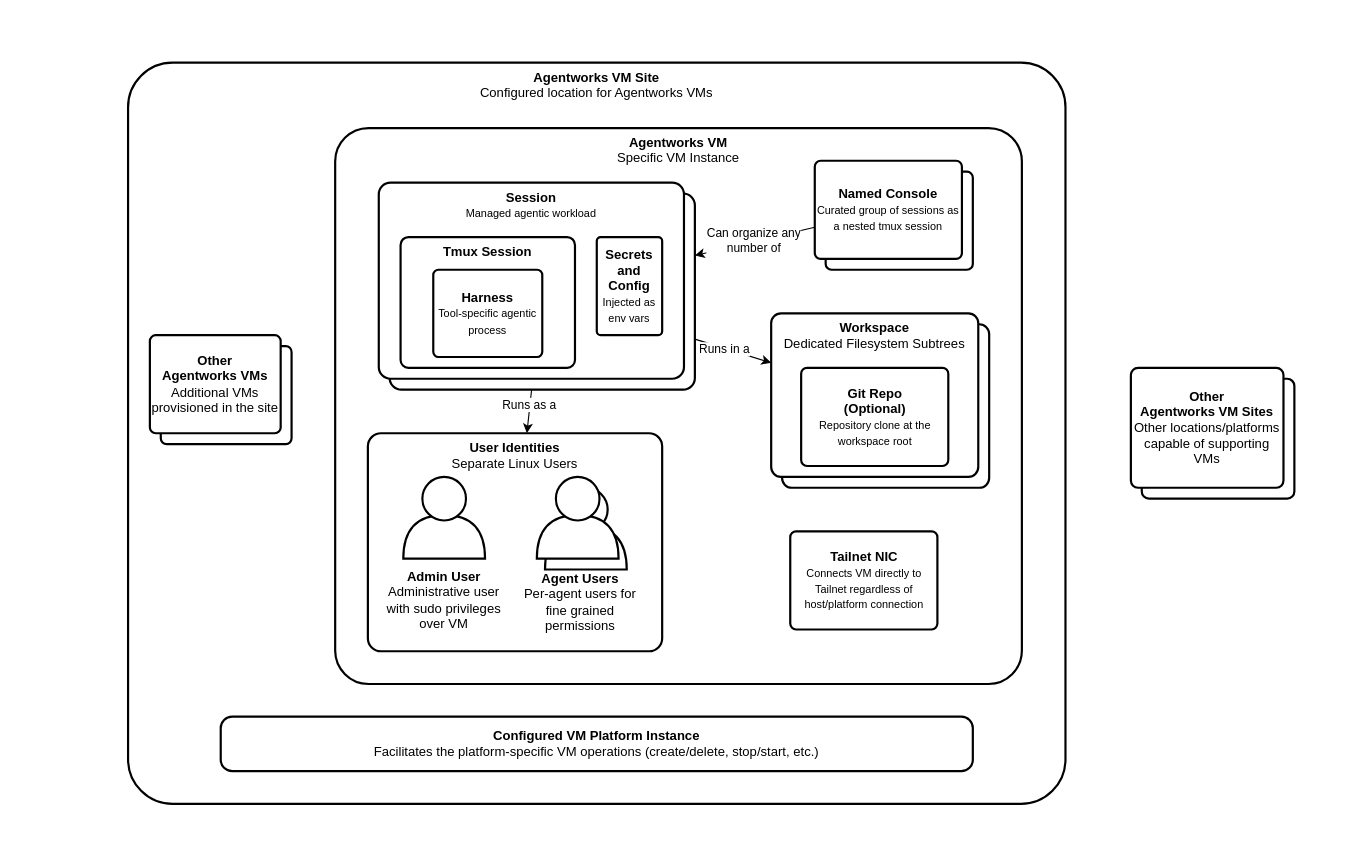
WayfarerLabs/agentworks keeps this draw.io diagram as page "VM Internals" (2 of 2) of docs/images/agw-diagrams.drawio. Above is the earlier version. Source tidied: cells renumbered, new cells numbered last; positions are measured from the earlier drawing's top-left corner, leaving out a move shared by most shapes. Both pictures are drawn from the tidied source at 109%, with x=0, y=0 at pixel (84, 19).
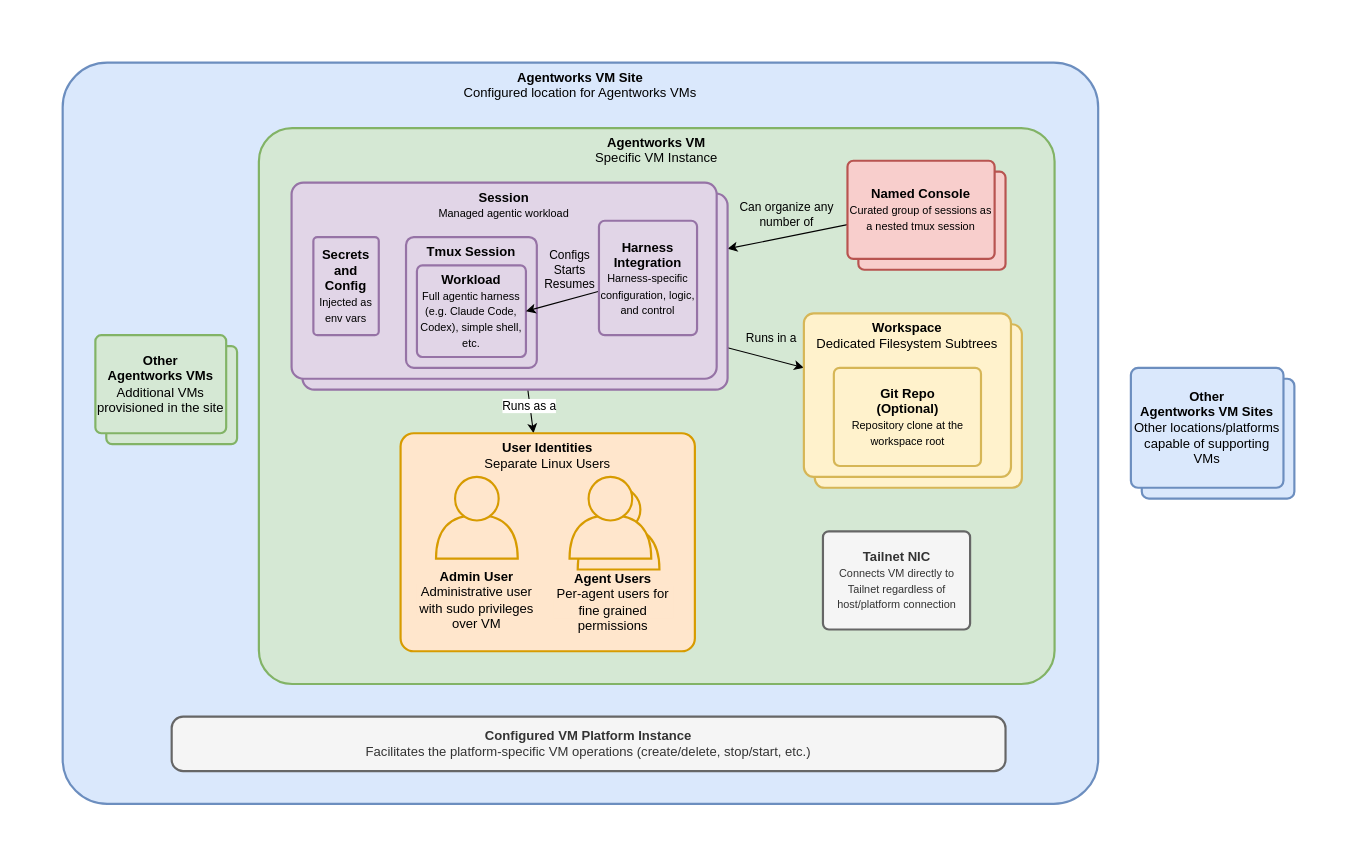
After the change.

Commit message (it also covers changes not shown here):
docs: clarify harness integration architecture

The change refers to these unchanged cells:
```xml
<mxCell id="10" style="edgeStyle=none;rounded=0;jettySize=auto;html=1;" parent="1" edge="1" source="31" target="38">
  <mxGeometry relative="1" as="geometry" />
</mxCell>
<mxCell id="13" style="rounded=0;jettySize=auto;html=1;" parent="1" edge="1" source="15" target="31">
  <mxGeometry relative="1" as="geometry" />
</mxCell>
```

Diff of the diagram source:
```diff
@@
     <mxCell id="2" style="rounded=1;whiteSpace=wrap;html=1;strokeColor=none;arcSize=6;" parent="1" vertex="1">
-      <mxGeometry width="1150" height="760" as="geometry" />
+      <mxGeometry x="-60" width="1210" height="760" as="geometry" />
     </mxCell>
-    <mxCell id="3" value="&lt;b&gt;Agentworks VM Site&lt;/b&gt;&lt;div&gt;Configured location for Agentworks VMs&lt;/div&gt;" style="rounded=1;whiteSpace=wrap;html=1;strokeWidth=2;align=center;verticalAlign=top;arcSize=6;" parent="1" vertex="1">
-      <mxGeometry x="40" y="40" width="860" height="680" as="geometry" />
+    <mxCell id="3" value="&lt;b&gt;Agentworks VM Site&lt;/b&gt;&lt;div&gt;Configured location for Agentworks VMs&lt;/div&gt;" style="rounded=1;whiteSpace=wrap;html=1;strokeWidth=2;align=center;verticalAlign=top;arcSize=6;fillColor=#dae8fc;strokeColor=#6c8ebf;" parent="1" vertex="1">
+      <mxGeometry x="-20" y="40" width="950" height="680" as="geometry" />
     </mxCell>
-    <mxCell id="4" value="&lt;b&gt;Agentworks VM&lt;/b&gt;&lt;div&gt;Specific VM Instance&lt;/div&gt;" style="rounded=1;whiteSpace=wrap;html=1;strokeWidth=2;align=center;verticalAlign=top;arcSize=6;" parent="1" vertex="1">
-      <mxGeometry x="230" y="100" width="630" height="510" as="geometry" />
+    <mxCell id="4" value="&lt;b&gt;Agentworks VM&lt;/b&gt;&lt;div&gt;Specific VM Instance&lt;/div&gt;" style="rounded=1;whiteSpace=wrap;html=1;strokeWidth=2;align=center;verticalAlign=top;arcSize=6;fillColor=#d5e8d4;strokeColor=#82b366;" parent="1" vertex="1">
+      <mxGeometry x="160" y="100" width="730" height="510" as="geometry" />
     </mxCell>
-    <mxCell id="5" style="rounded=1;whiteSpace=wrap;html=1;strokeWidth=2;align=center;verticalAlign=middle;arcSize=6;" parent="1" vertex="1">
+    <mxCell id="5" style="rounded=1;whiteSpace=wrap;html=1;strokeWidth=2;align=center;verticalAlign=middle;arcSize=6;fillColor=#dae8fc;strokeColor=#6c8ebf;" parent="1" vertex="1">
       <mxGeometry x="970" y="330" width="140" height="110" as="geometry" />
     </mxCell>
-    <mxCell id="6" style="rounded=1;whiteSpace=wrap;html=1;strokeWidth=2;align=center;verticalAlign=middle;arcSize=6;" parent="1" vertex="1">
-      <mxGeometry x="70" y="300" width="120" height="90" as="geometry" />
+    <mxCell id="6" style="rounded=1;whiteSpace=wrap;html=1;strokeWidth=2;align=center;verticalAlign=middle;arcSize=6;fillColor=#d5e8d4;strokeColor=#82b366;" parent="1" vertex="1">
+      <mxGeometry x="20" y="300" width="120" height="90" as="geometry" />
     </mxCell>
-    <mxCell id="7" style="rounded=1;whiteSpace=wrap;html=1;strokeWidth=2;align=center;verticalAlign=middle;arcSize=6;" parent="1" vertex="1">
-      <mxGeometry x="680" y="140" width="135" height="90" as="geometry" />
+    <mxCell id="7" style="rounded=1;whiteSpace=wrap;html=1;strokeWidth=2;align=center;verticalAlign=middle;arcSize=6;fillColor=#f8cecc;strokeColor=#b85450;" parent="1" vertex="1">
+      <mxGeometry x="710" y="140" width="135" height="90" as="geometry" />
     </mxCell>
@@
-    <mxCell id="11" value="Runs in a" style="edgeLabel;html=1;align=center;verticalAlign=middle;" parent="10" vertex="1">
-      <mxGeometry x="-0.23" y="-1" relative="1" as="geometry" />
+    <mxCell id="11" value="Runs in a" style="edgeLabel;html=1;align=center;verticalAlign=top;labelBackgroundColor=none;" parent="10" vertex="1">
+      <mxGeometry x="-0.23" y="-1" relative="1" as="geometry">
+        <mxPoint x="13" y="-30" as="offset" />
+      </mxGeometry>
     </mxCell>
-    <mxCell id="12" value="&lt;div&gt;&lt;b&gt;User Identities&lt;/b&gt;&lt;/div&gt;&lt;div&gt;Separate Linux Users&lt;/div&gt;" style="rounded=1;whiteSpace=wrap;html=1;strokeWidth=2;align=center;verticalAlign=top;arcSize=6;" parent="1" vertex="1">
-      <mxGeometry x="260" y="380" width="270" height="200" as="geometry" />
+    <mxCell id="12" value="&lt;div&gt;&lt;b&gt;User Identities&lt;/b&gt;&lt;/div&gt;&lt;div&gt;Separate Linux Users&lt;/div&gt;" style="rounded=1;whiteSpace=wrap;html=1;strokeWidth=2;align=center;verticalAlign=top;arcSize=6;fillColor=#ffe6cc;strokeColor=#d79b00;" parent="1" vertex="1">
+      <mxGeometry x="290" y="380" width="270" height="200" as="geometry" />
     </mxCell>
@@
-    <mxCell id="14" value="Can organize any&lt;div&gt;number of&lt;/div&gt;" style="edgeLabel;html=1;align=center;verticalAlign=middle;" parent="13" vertex="1">
-      <mxGeometry x="0.02" y="-2" relative="1" as="geometry" />
+    <mxCell id="14" value="Can organize any&lt;div&gt;number of&lt;/div&gt;" style="edgeLabel;html=1;align=center;verticalAlign=top;labelBackgroundColor=none;" parent="13" vertex="1">
+      <mxGeometry x="0.02" y="-2" relative="1" as="geometry">
+        <mxPoint y="-38" as="offset" />
+      </mxGeometry>
     </mxCell>
-    <mxCell id="15" value="&lt;div&gt;&lt;b&gt;Named Console&lt;/b&gt;&lt;/div&gt;&lt;div&gt;&lt;font style=&quot;font-size: 10px;&quot;&gt;Curated group of sessions as a nested tmux session&lt;/font&gt;&lt;/div&gt;" style="rounded=1;whiteSpace=wrap;html=1;strokeWidth=2;align=center;verticalAlign=middle;arcSize=6;" parent="1" vertex="1">
-      <mxGeometry x="670" y="130" width="135" height="90" as="geometry" />
+    <mxCell id="15" value="&lt;div&gt;&lt;b&gt;Named Console&lt;/b&gt;&lt;/div&gt;&lt;div&gt;&lt;font style=&quot;font-size: 10px;&quot;&gt;Curated group of sessions as a nested tmux session&lt;/font&gt;&lt;/div&gt;" style="rounded=1;whiteSpace=wrap;html=1;strokeWidth=2;align=center;verticalAlign=middle;arcSize=6;fillColor=#f8cecc;strokeColor=#b85450;" parent="1" vertex="1">
+      <mxGeometry x="700" y="130" width="135" height="90" as="geometry" />
     </mxCell>
-    <mxCell id="16" value="&lt;div&gt;&lt;b&gt;Tailnet NIC&lt;/b&gt;&lt;/div&gt;&lt;div&gt;&lt;font style=&quot;font-size: 10px;&quot;&gt;Connects VM directly to Tailnet regardless of host/platform connection&lt;/font&gt;&lt;/div&gt;" style="rounded=1;whiteSpace=wrap;html=1;strokeWidth=2;align=center;verticalAlign=middle;arcSize=6;" parent="1" vertex="1">
-      <mxGeometry x="647.5" y="470" width="135" height="90" as="geometry" />
+    <mxCell id="16" value="&lt;div&gt;&lt;b&gt;Tailnet NIC&lt;/b&gt;&lt;/div&gt;&lt;div&gt;&lt;font style=&quot;font-size: 10px;&quot;&gt;Connects VM directly to Tailnet regardless of host/platform connection&lt;/font&gt;&lt;/div&gt;" style="rounded=1;whiteSpace=wrap;html=1;strokeWidth=2;align=center;verticalAlign=middle;arcSize=6;fillColor=#f5f5f5;fontColor=#333333;strokeColor=#666666;" parent="1" vertex="1">
+      <mxGeometry x="677.5" y="470" width="135" height="90" as="geometry" />
     </mxCell>
-    <mxCell id="17" style="group;" parent="1" vertex="1">
-      <mxGeometry x="440" y="430" width="40" height="92.5" as="geometry" />
-    </mxCell>
-    <mxCell id="18" style="shape=or;whiteSpace=wrap;html=1;rotation=-90;strokeWidth=2;" parent="17" vertex="1">
-      <mxGeometry y="17.5" width="40" height="75" as="geometry" />
-    </mxCell>
-    <mxCell id="19" style="ellipse;whiteSpace=wrap;html=1;strokeWidth=2;" parent="17" vertex="1">
-      <mxGeometry width="40" height="40" as="geometry" />
-    </mxCell>
-    <mxCell id="20" style="group;" parent="17" vertex="1">
-      <mxGeometry x="-7.5" y="-10" width="40" height="92.5" as="geometry" />
-    </mxCell>
-    <mxCell id="21" style="shape=or;whiteSpace=wrap;html=1;rotation=-90;strokeWidth=2;" parent="20" vertex="1">
-      <mxGeometry y="17.5" width="40" height="75" as="geometry" />
-    </mxCell>
-    <mxCell id="22" style="ellipse;whiteSpace=wrap;html=1;strokeWidth=2;" parent="20" vertex="1">
-      <mxGeometry width="40" height="40" as="geometry" />
-    </mxCell>
-    <mxCell id="23" style="group;" parent="1" vertex="1">
-      <mxGeometry x="310" y="420" width="40" height="92.5" as="geometry" />
-    </mxCell>
-    <mxCell id="24" style="shape=or;whiteSpace=wrap;html=1;rotation=-90;strokeWidth=2;" parent="23" vertex="1">
-      <mxGeometry y="17.5" width="40" height="75" as="geometry" />
-    </mxCell>
-    <mxCell id="25" style="ellipse;whiteSpace=wrap;html=1;strokeWidth=2;" parent="23" vertex="1">
-      <mxGeometry width="40" height="40" as="geometry" />
-    </mxCell>
-    <mxCell id="26" value="&lt;b&gt;Admin User&lt;/b&gt;&lt;div&gt;Administrative user with sudo privileges over VM&lt;/div&gt;" style="text;html=1;whiteSpace=wrap;strokeColor=none;fillColor=none;align=center;verticalAlign=middle;rounded=0;" parent="1" vertex="1">
-      <mxGeometry x="275" y="518" width="110" height="30" as="geometry" />
+    <mxCell id="26" value="&lt;b&gt;Admin User&lt;/b&gt;&lt;div&gt;Administrative user with sudo privileges over VM&lt;/div&gt;" style="text;html=1;whiteSpace=wrap;strokeColor=none;fillColor=#ffe6cc;align=center;verticalAlign=middle;rounded=0;" parent="1" vertex="1">
+      <mxGeometry x="305" y="518" width="110" height="30" as="geometry" />
     </mxCell>
-    <mxCell id="27" value="&lt;b&gt;Agent Users&lt;/b&gt;&lt;div&gt;Per-agent users for fine grained permissions&lt;/div&gt;" style="text;html=1;whiteSpace=wrap;strokeColor=none;fillColor=none;align=center;verticalAlign=middle;rounded=0;" parent="1" vertex="1">
-      <mxGeometry x="400" y="520" width="110" height="30" as="geometry" />
+    <mxCell id="27" value="&lt;b&gt;Agent Users&lt;/b&gt;&lt;div&gt;Per-agent users for fine grained permissions&lt;/div&gt;" style="text;html=1;whiteSpace=wrap;strokeColor=none;fillColor=#ffe6cc;align=center;verticalAlign=middle;rounded=0;" parent="1" vertex="1">
+      <mxGeometry x="430" y="520" width="110" height="30" as="geometry" />
     </mxCell>
-    <mxCell id="28" value="&lt;b&gt;Other&lt;/b&gt;&lt;div&gt;&lt;b&gt;Agentworks VMs&lt;/b&gt;&lt;/div&gt;&lt;div&gt;Additional VMs provisioned in the site&lt;/div&gt;" style="rounded=1;whiteSpace=wrap;html=1;strokeWidth=2;align=center;verticalAlign=middle;arcSize=6;" parent="1" vertex="1">
-      <mxGeometry x="60" y="290" width="120" height="90" as="geometry" />
+    <mxCell id="28" value="&lt;b&gt;Other&lt;/b&gt;&lt;div&gt;&lt;b&gt;Agentworks VMs&lt;/b&gt;&lt;/div&gt;&lt;div&gt;Additional VMs provisioned in the site&lt;/div&gt;" style="rounded=1;whiteSpace=wrap;html=1;strokeWidth=2;align=center;verticalAlign=middle;arcSize=6;fillColor=#d5e8d4;strokeColor=#82b366;" parent="1" vertex="1">
+      <mxGeometry x="10" y="290" width="120" height="90" as="geometry" />
     </mxCell>
-    <mxCell id="29" value="&lt;b&gt;Configured VM Platform Instance&lt;/b&gt;&lt;div&gt;Facilitates the platform-specific VM operations (create/delete, stop/start, etc.)&lt;/div&gt;" style="rounded=1;whiteSpace=wrap;html=1;strokeWidth=2;align=center;verticalAlign=middle;arcSize=21;" parent="1" vertex="1">
-      <mxGeometry x="125" y="640" width="690" height="50" as="geometry" />
+    <mxCell id="29" value="&lt;b&gt;Configured VM Platform Instance&lt;/b&gt;&lt;div&gt;Facilitates the platform-specific VM operations (create/delete, stop/start, etc.)&lt;/div&gt;" style="rounded=1;whiteSpace=wrap;html=1;strokeWidth=2;align=center;verticalAlign=middle;arcSize=21;fillColor=#f5f5f5;fontColor=#333333;strokeColor=#666666;" parent="1" vertex="1">
+      <mxGeometry x="80" y="640" width="765" height="50" as="geometry" />
     </mxCell>
-    <mxCell id="30" value="&lt;b&gt;Other&lt;/b&gt;&lt;div&gt;&lt;b&gt;Agentworks VM Sites&lt;/b&gt;&lt;br&gt;Other locations/platforms capable of supporting VMs&lt;/div&gt;" style="rounded=1;whiteSpace=wrap;html=1;strokeWidth=2;align=center;verticalAlign=middle;arcSize=6;" parent="1" vertex="1">
+    <mxCell id="30" value="&lt;b&gt;Other&lt;/b&gt;&lt;div&gt;&lt;b&gt;Agentworks VM Sites&lt;/b&gt;&lt;br&gt;Other locations/platforms capable of supporting VMs&lt;/div&gt;" style="rounded=1;whiteSpace=wrap;html=1;strokeWidth=2;align=center;verticalAlign=middle;arcSize=6;fillColor=#dae8fc;strokeColor=#6c8ebf;" parent="1" vertex="1">
       <mxGeometry x="960" y="320" width="140" height="110" as="geometry" />
     </mxCell>
-    <mxCell id="31" style="rounded=1;whiteSpace=wrap;html=1;strokeWidth=2;align=center;verticalAlign=top;arcSize=6;" parent="1" vertex="1">
-      <mxGeometry x="280" y="160" width="280" height="180" as="geometry" />
+    <mxCell id="31" style="rounded=1;whiteSpace=wrap;html=1;strokeWidth=2;align=center;verticalAlign=top;arcSize=6;fillColor=#e1d5e7;strokeColor=#9673a6;" parent="1" vertex="1">
+      <mxGeometry x="200" y="160" width="390" height="180" as="geometry" />
     </mxCell>
-    <mxCell id="32" value="&lt;div&gt;&lt;b&gt;Session&lt;/b&gt;&lt;/div&gt;&lt;div&gt;&lt;font style=&quot;font-size: 10px;&quot;&gt;Managed agentic workload&lt;/font&gt;&lt;/div&gt;" style="rounded=1;whiteSpace=wrap;html=1;strokeWidth=2;align=center;verticalAlign=top;arcSize=6;" parent="1" vertex="1">
-      <mxGeometry x="270" y="150" width="280" height="180" as="geometry" />
+    <mxCell id="32" value="&lt;div&gt;&lt;b&gt;Session&lt;/b&gt;&lt;/div&gt;&lt;div&gt;&lt;font style=&quot;font-size: 10px;&quot;&gt;Managed agentic workload&lt;/font&gt;&lt;/div&gt;" style="rounded=1;whiteSpace=wrap;html=1;strokeWidth=2;align=center;verticalAlign=top;arcSize=6;fillColor=#e1d5e7;strokeColor=#9673a6;" parent="1" vertex="1">
+      <mxGeometry x="190" y="150" width="390" height="180" as="geometry" />
     </mxCell>
-    <mxCell id="33" value="&lt;div&gt;&lt;b&gt;Tmux Session&lt;/b&gt;&lt;/div&gt;" style="rounded=1;whiteSpace=wrap;html=1;strokeWidth=2;align=center;verticalAlign=top;arcSize=6;" parent="1" vertex="1">
-      <mxGeometry x="290" y="200" width="160" height="120" as="geometry" />
+    <mxCell id="33" value="&lt;div&gt;&lt;b&gt;Tmux Session&lt;/b&gt;&lt;/div&gt;" style="rounded=1;whiteSpace=wrap;html=1;strokeWidth=2;align=center;verticalAlign=top;arcSize=6;fillColor=#e1d5e7;strokeColor=#9673a6;" parent="1" vertex="1">
+      <mxGeometry x="295" y="200" width="120" height="120" as="geometry" />
     </mxCell>
-    <mxCell id="34" value="&lt;div&gt;&lt;b&gt;Harness&lt;/b&gt;&lt;/div&gt;&lt;div&gt;&lt;span style=&quot;font-size: 10px;&quot;&gt;Tool-specific agentic process&lt;/span&gt;&lt;/div&gt;" style="rounded=1;whiteSpace=wrap;html=1;strokeWidth=2;align=center;verticalAlign=middle;arcSize=6;" parent="1" vertex="1">
-      <mxGeometry x="320" y="230" width="100" height="80" as="geometry" />
+    <mxCell id="34" value="&lt;div&gt;&lt;b&gt;Workload&lt;/b&gt;&lt;/div&gt;&lt;div&gt;&lt;span style=&quot;font-size: 10px;&quot;&gt;Full agentic harness (e.g. Claude Code, Codex), simple shell, etc.&lt;/span&gt;&lt;/div&gt;" style="rounded=1;whiteSpace=wrap;html=1;strokeWidth=2;align=center;verticalAlign=middle;arcSize=6;fillColor=#e1d5e7;strokeColor=#9673a6;" parent="1" vertex="1">
+      <mxGeometry x="305" y="226" width="100" height="84" as="geometry" />
     </mxCell>
-    <mxCell id="35" value="&lt;div&gt;&lt;b&gt;Secrets and Config&lt;/b&gt;&lt;/div&gt;&lt;div&gt;&lt;font style=&quot;font-size: 10px;&quot;&gt;Injected as env vars&lt;/font&gt;&lt;/div&gt;" style="rounded=1;whiteSpace=wrap;html=1;strokeWidth=2;align=center;verticalAlign=middle;arcSize=6;" parent="1" vertex="1">
-      <mxGeometry x="470" y="200" width="60" height="90" as="geometry" />
+    <mxCell id="35" value="&lt;div&gt;&lt;b&gt;Secrets and Config&lt;/b&gt;&lt;/div&gt;&lt;div&gt;&lt;font style=&quot;font-size: 10px;&quot;&gt;Injected as env vars&lt;/font&gt;&lt;/div&gt;" style="rounded=1;whiteSpace=wrap;html=1;strokeWidth=2;align=center;verticalAlign=middle;arcSize=6;fillColor=#e1d5e7;strokeColor=#9673a6;" parent="1" vertex="1">
+      <mxGeometry x="210" y="200" width="60" height="90" as="geometry" />
     </mxCell>
     <mxCell id="36" style="group;" parent="1" vertex="1">
-      <mxGeometry x="630" y="270" width="200" height="160" as="geometry" />
+      <mxGeometry x="660" y="270" width="200" height="160" as="geometry" />
     </mxCell>
-    <mxCell id="37" style="rounded=1;whiteSpace=wrap;html=1;strokeWidth=2;align=center;verticalAlign=top;arcSize=6;" parent="36" vertex="1">
+    <mxCell id="37" style="rounded=1;whiteSpace=wrap;html=1;strokeWidth=2;align=center;verticalAlign=top;arcSize=6;fillColor=#fff2cc;strokeColor=#d6b656;" parent="36" vertex="1">
       <mxGeometry x="10" y="10" width="190" height="150" as="geometry" />
     </mxCell>
-    <mxCell id="38" value="&lt;div&gt;&lt;b&gt;Workspace&lt;/b&gt;&lt;/div&gt;&lt;div&gt;Dedicated Filesystem Subtrees&lt;/div&gt;" style="rounded=1;whiteSpace=wrap;html=1;strokeWidth=2;align=center;verticalAlign=top;arcSize=6;" parent="36" vertex="1">
+    <mxCell id="38" value="&lt;div&gt;&lt;b&gt;Workspace&lt;/b&gt;&lt;/div&gt;&lt;div&gt;Dedicated Filesystem Subtrees&lt;/div&gt;" style="rounded=1;whiteSpace=wrap;html=1;strokeWidth=2;align=center;verticalAlign=top;arcSize=6;fillColor=#fff2cc;strokeColor=#d6b656;" parent="36" vertex="1">
       <mxGeometry width="190" height="150" as="geometry" />
     </mxCell>
-    <mxCell id="39" value="&lt;div&gt;&lt;b style=&quot;background-color: transparent; color: light-dark(rgb(0, 0, 0), rgb(255, 255, 255));&quot;&gt;Git Repo&lt;/b&gt;&lt;/div&gt;&lt;div&gt;&lt;b&gt;(Optional)&lt;/b&gt;&lt;/div&gt;&lt;div&gt;&lt;font style=&quot;font-size: 10px;&quot;&gt;Repository clone at the workspace root&lt;/font&gt;&lt;/div&gt;" style="rounded=1;whiteSpace=wrap;html=1;strokeWidth=2;align=center;verticalAlign=middle;arcSize=6;" parent="36" vertex="1">
+    <mxCell id="39" value="&lt;div&gt;&lt;b style=&quot;background-color: transparent; color: light-dark(rgb(0, 0, 0), rgb(255, 255, 255));&quot;&gt;Git Repo&lt;/b&gt;&lt;/div&gt;&lt;div&gt;&lt;b&gt;(Optional)&lt;/b&gt;&lt;/div&gt;&lt;div&gt;&lt;font style=&quot;font-size: 10px;&quot;&gt;Repository clone at the workspace root&lt;/font&gt;&lt;/div&gt;" style="rounded=1;whiteSpace=wrap;html=1;strokeWidth=2;align=center;verticalAlign=middle;arcSize=6;fillColor=#fff2cc;strokeColor=#d6b656;" parent="36" vertex="1">
       <mxGeometry x="27.5" y="50" width="135" height="90" as="geometry" />
     </mxCell>
+    <mxCell id="40" style="rounded=0;jettySize=auto;html=1;entryX=1;entryY=0.5;entryDx=0;entryDy=0;exitX=0.011;exitY=0.614;exitDx=0;exitDy=0;exitPerimeter=0;" parent="1" edge="1" source="42" target="34">
+      <mxGeometry relative="1" as="geometry" />
+    </mxCell>
+    <mxCell id="41" value="Configs&lt;div&gt;Starts&lt;/div&gt;&lt;div&gt;Resumes&lt;/div&gt;" style="edgeLabel;html=1;align=center;verticalAlign=middle;labelBackgroundColor=none;" parent="40" vertex="1">
+      <mxGeometry x="-0.26" y="-1" relative="1" as="geometry">
+        <mxPoint x="-3" y="-26" as="offset" />
+      </mxGeometry>
+    </mxCell>
+    <mxCell id="42" value="&lt;div&gt;&lt;b&gt;Harness Integration&lt;/b&gt;&lt;/div&gt;&lt;div&gt;&lt;span style=&quot;font-size: 10px;&quot;&gt;Harness-specific configuration, logic, and control&lt;/span&gt;&lt;/div&gt;" style="rounded=1;whiteSpace=wrap;html=1;strokeWidth=2;align=center;verticalAlign=middle;arcSize=6;fillColor=#e1d5e7;strokeColor=#9673a6;" parent="1" vertex="1">
+      <mxGeometry x="472" y="185" width="90" height="105" as="geometry" />
+    </mxCell>
+    <mxCell id="24" style="shape=or;whiteSpace=wrap;html=1;rotation=-90;strokeWidth=2;fillColor=#ffe6cc;strokeColor=#d79b00;" parent="1" vertex="1">
+      <mxGeometry x="340" y="437.5" width="40" height="75" as="geometry" />
+    </mxCell>
+    <mxCell id="25" style="ellipse;whiteSpace=wrap;html=1;strokeWidth=2;fillColor=#ffe6cc;strokeColor=#d79b00;" parent="1" vertex="1">
+      <mxGeometry x="340" y="420" width="40" height="40" as="geometry" />
+    </mxCell>
+    <mxCell id="18" style="shape=or;whiteSpace=wrap;html=1;rotation=-90;strokeWidth=2;fillColor=#ffe6cc;strokeColor=#d79b00;" parent="1" vertex="1">
+      <mxGeometry x="470" y="447.5" width="40" height="75" as="geometry" />
+    </mxCell>
+    <mxCell id="19" style="ellipse;whiteSpace=wrap;html=1;strokeWidth=2;fillColor=#ffe6cc;strokeColor=#d79b00;" parent="1" vertex="1">
+      <mxGeometry x="470" y="430" width="40" height="40" as="geometry" />
+    </mxCell>
+    <mxCell id="21" style="shape=or;whiteSpace=wrap;html=1;rotation=-90;strokeWidth=2;fillColor=#ffe6cc;strokeColor=#d79b00;" parent="1" vertex="1">
+      <mxGeometry x="462.5" y="437.5" width="40" height="75" as="geometry" />
+    </mxCell>
+    <mxCell id="22" style="ellipse;whiteSpace=wrap;html=1;strokeWidth=2;fillColor=#ffe6cc;strokeColor=#d79b00;" parent="1" vertex="1">
+      <mxGeometry x="462.5" y="420" width="40" height="40" as="geometry" />
+    </mxCell>
```
